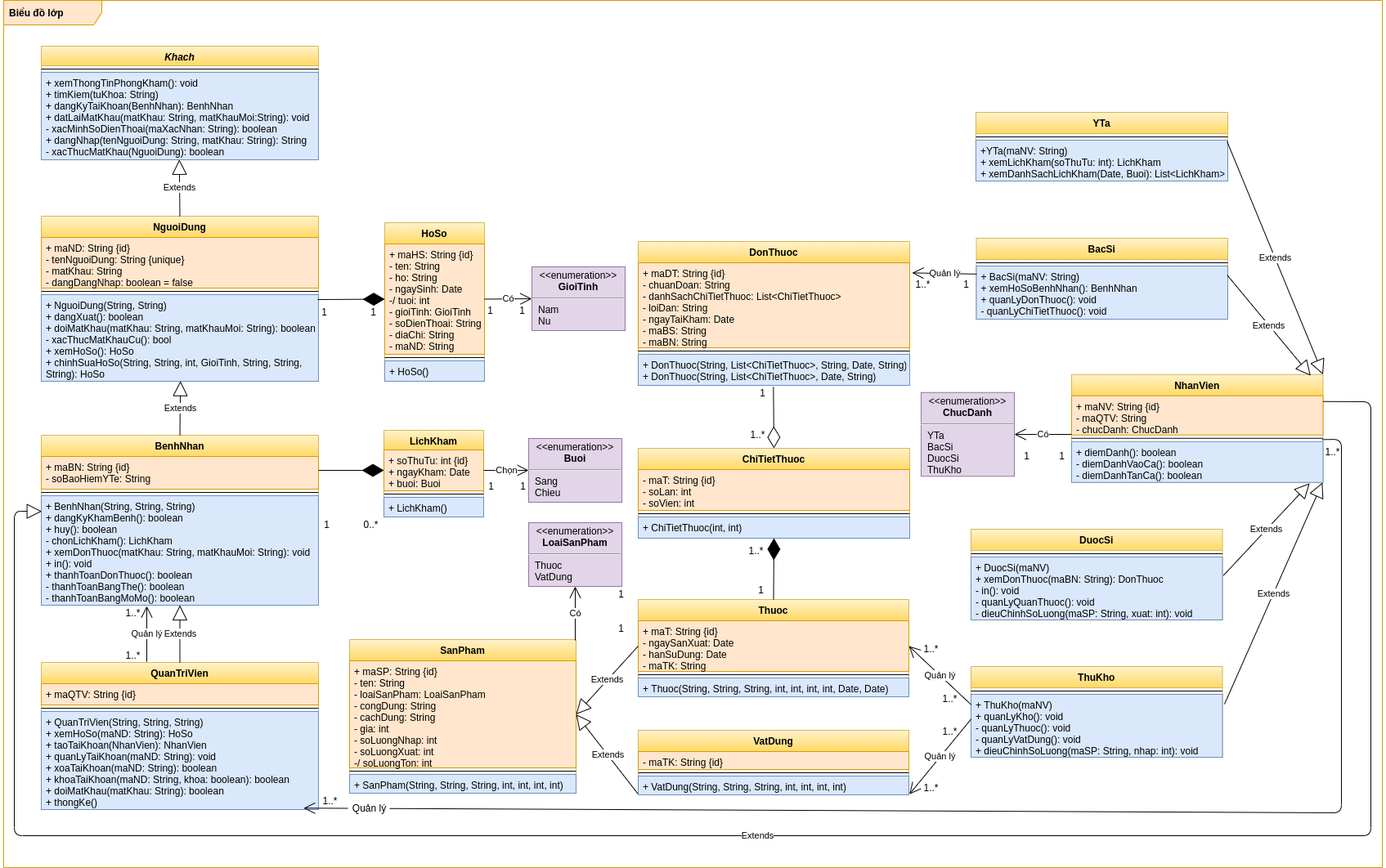
Before: images/Class Diagram.png, a diagram exported from draw.io (luclegen/medicine16). Source tidied: cells renumbered, new cells last; positions are measured from the earlier drawing's top-left corner, leaving out a move shared by most shapes.
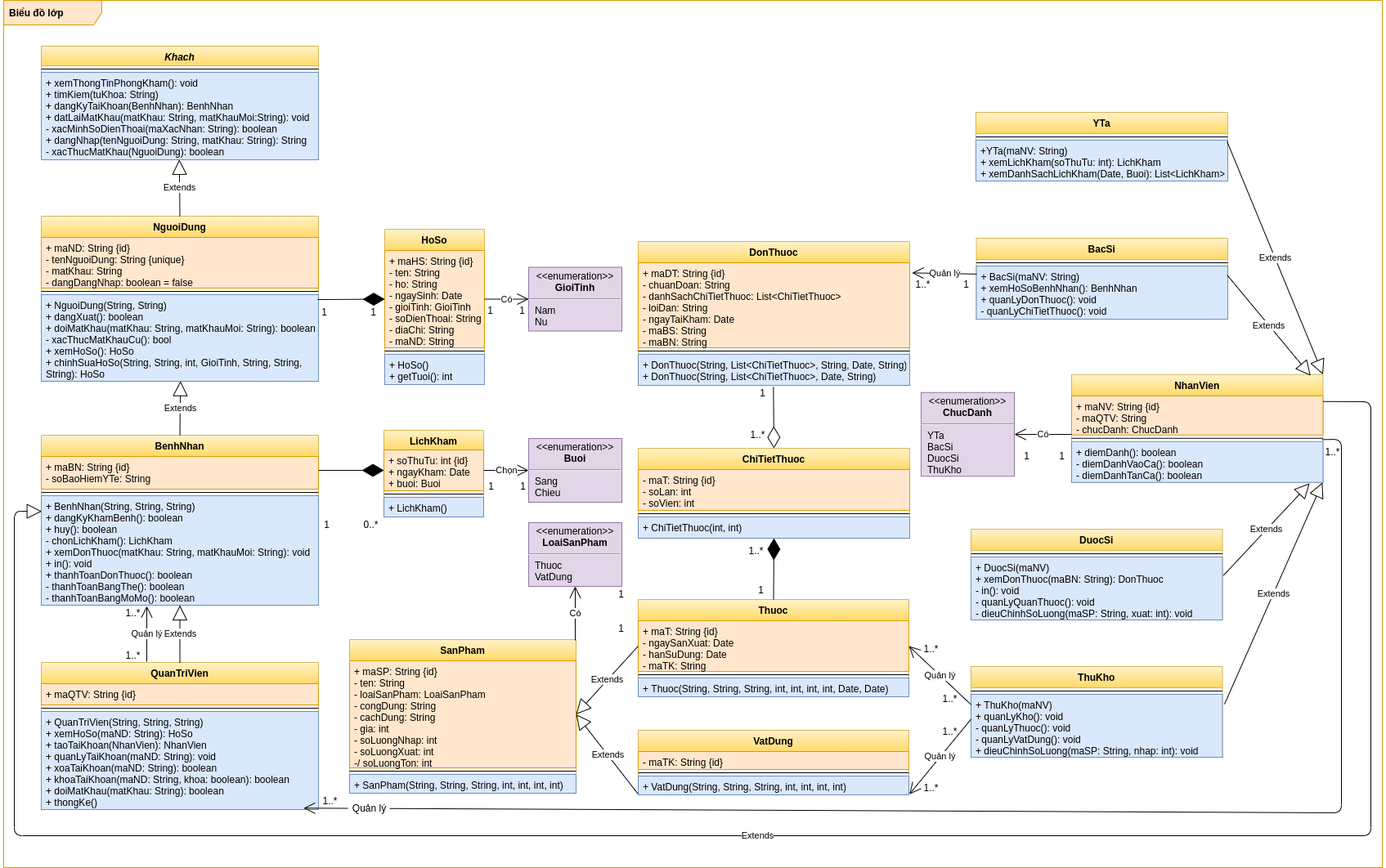
Above is the later version.

Commit message:
Update Class Diagram

The edit, as a diff of the source:
```diff
@@ -27,16 +27,16 @@
       <mxGeometry y="96" width="339" height="106" as="geometry" />
     </mxCell>
     <mxCell id="10" value="HoSo" style="swimlane;fontStyle=1;align=center;verticalAlign=top;horizontal=1;startSize=26;fillColor=#fff2cc;strokeColor=#d6b656;gradientColor=#ffd966;" parent="1" vertex="1">
-      <mxGeometry x="466" y="272" width="122" height="194" as="geometry" />
+      <mxGeometry x="466" y="280" width="122" height="190" as="geometry" />
     </mxCell>
-    <mxCell id="11" value="+ maHS: String {id}&#10;- ten: String&#10;- ho: String&#10;- ngaySinh: Date&#10;-/ tuoi: int&#10;- gioiTinh: GioiTinh&#10;- soDienThoai: String&#10;- diaChi: String&#10;- maND: String" style="text;strokeColor=#d79b00;fillColor=#ffe6cc;align=left;verticalAlign=top;spacingLeft=4;spacingRight=4;overflow=hidden;points=[[0,0.5],[1,0.5]];portConstraint=eastwest;" parent="10" vertex="1">
-      <mxGeometry y="26" width="122" height="135" as="geometry" />
+    <mxCell id="11" value="+ maHS: String {id}&#10;- ten: String&#10;- ho: String&#10;- ngaySinh: Date&#10;- gioiTinh: GioiTinh&#10;- soDienThoai: String&#10;- diaChi: String&#10;- maND: String" style="text;strokeColor=#d79b00;fillColor=#ffe6cc;align=left;verticalAlign=top;spacingLeft=4;spacingRight=4;overflow=hidden;points=[[0,0.5],[1,0.5]];portConstraint=eastwest;" parent="10" vertex="1">
+      <mxGeometry y="26" width="122" height="119" as="geometry" />
     </mxCell>
     <mxCell id="12" style="line;strokeWidth=1;fillColor=none;align=left;verticalAlign=middle;spacingTop=-1;spacingLeft=3;spacingRight=3;labelPosition=right;" parent="10" vertex="1">
-      <mxGeometry y="161" width="122" height="8" as="geometry" />
+      <mxGeometry y="145" width="122" height="8" as="geometry" />
     </mxCell>
-    <mxCell id="13" value="+ HoSo()" style="text;strokeColor=#6c8ebf;fillColor=#dae8fc;align=left;verticalAlign=top;spacingLeft=4;spacingRight=4;overflow=hidden;fontStyle=0;" parent="10" vertex="1">
-      <mxGeometry y="169" width="122" height="25" as="geometry" />
+    <mxCell id="13" value="+ HoSo()&#10;+ getTuoi(): int" style="text;strokeColor=#6c8ebf;fillColor=#dae8fc;align=left;verticalAlign=top;spacingLeft=4;spacingRight=4;overflow=hidden;fontStyle=0;" parent="10" vertex="1">
+      <mxGeometry y="153" width="122" height="37" as="geometry" />
     </mxCell>
     <mxCell id="14" style="endArrow=diamondThin;endFill=1;endSize=24;html=1;jumpSize=0;entryX=0;entryY=0.5;entryDx=0;entryDy=0;exitX=0.997;exitY=0.057;exitDx=0;exitDy=0;exitPerimeter=0;" parent="1" edge="1" source="9" target="11">
       <mxGeometry relative="1" as="geometry" />
@@ -54,7 +54,7 @@
       <mxGeometry y="74" width="339" height="134" as="geometry" />
     </mxCell>
     <mxCell id="19" value="&lt;p style=&quot;margin: 0px ; margin-top: 4px ; text-align: center&quot;&gt;&amp;lt;&amp;lt;enumeration&amp;gt;&amp;gt;&lt;br&gt;&lt;b&gt;GioiTinh&lt;/b&gt;&lt;/p&gt;&lt;hr&gt;&lt;p style=&quot;margin: 0px ; margin-left: 8px ; text-align: left&quot;&gt;Nam&lt;br&gt;Nu&lt;/p&gt;" style="shape=rect;html=1;overflow=fill;whiteSpace=wrap;fillColor=#e1d5e7;strokeColor=#9673a6;" parent="1" vertex="1">
-      <mxGeometry x="646" y="326" width="114" height="78" as="geometry" />
+      <mxGeometry x="642" y="326.5" width="114" height="78" as="geometry" />
     </mxCell>
     <mxCell id="20" value="Có" style="endArrow=open;endFill=1;endSize=12;html=1;entryX=0;entryY=0.5;entryDx=0;entryDy=0;exitX=1;exitY=0.5;exitDx=0;exitDy=0;" parent="1" edge="1" source="11" target="19">
       <mxGeometry relative="1" as="geometry" />
```
